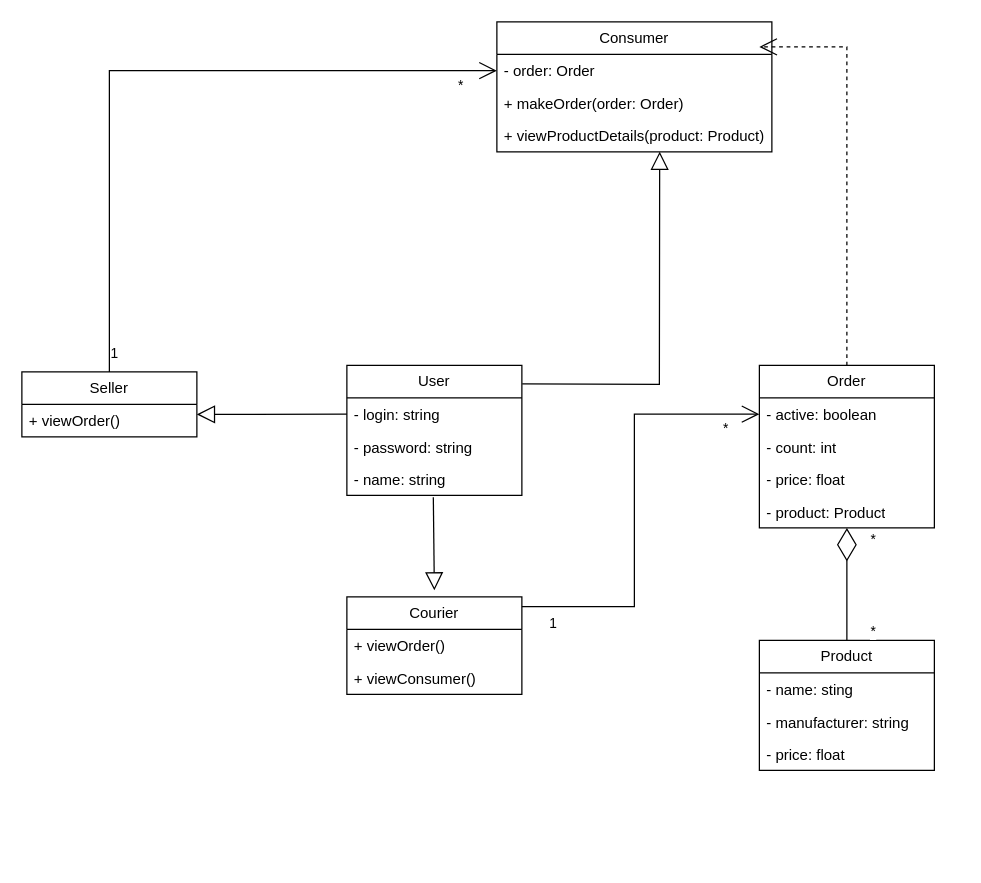
oleksandrblazhko/ai-211-yushenko keeps this draw.io diagram as 2-SoftwareDesign/2.5-UMLProgramClasses/UMLProgramClasses.drawio. Above is the earlier version. Source tidied: cells renumbered, new cells numbered last; positions are measured from the earlier drawing's top-left corner, leaving out a move shared by most shapes. Both pictures are drawn from the tidied source at 125%, with x=0, y=0 at pixel (21, 21).
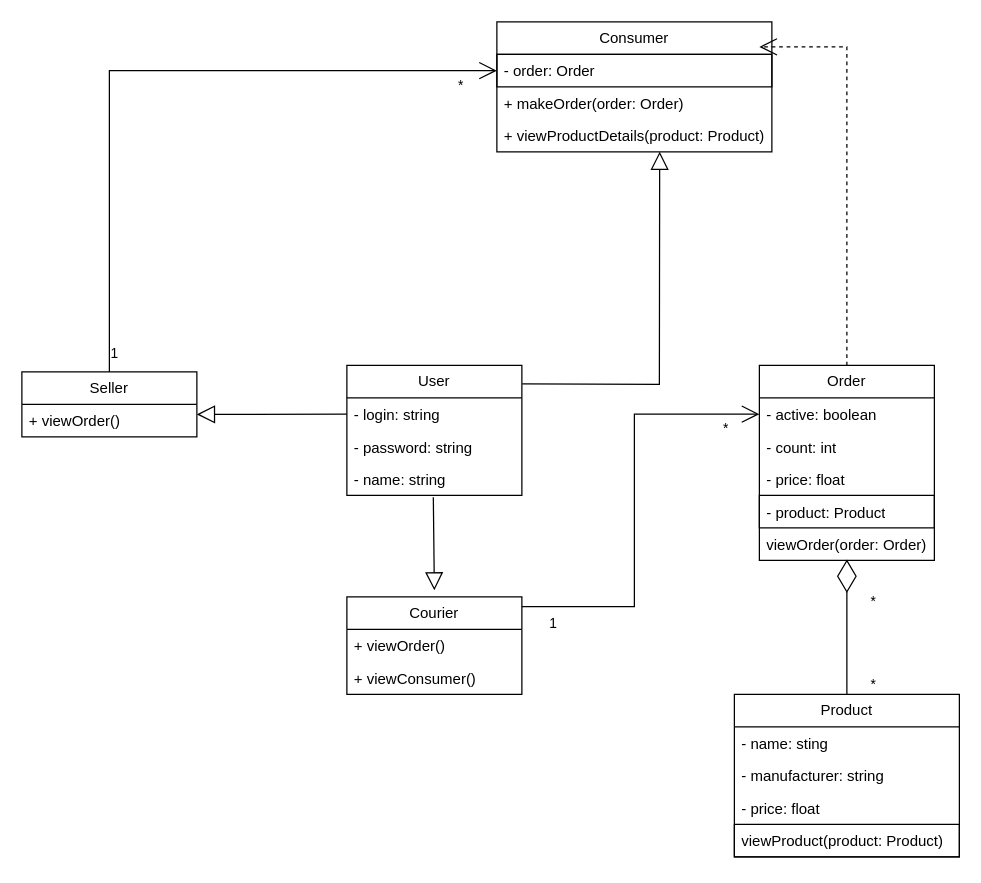
After the change.

The change refers to these unchanged cells:
```xml
<mxCell id="6" value="Consumer" style="swimlane;fontStyle=0;horizontal=1;startSize=26;fillColor=none;whiteSpace=wrap;html=1;" parent="1" vertex="1">
  <mxGeometry x="380" width="220" height="104" as="geometry" />
</mxCell>
```

What changed in the source:
```diff
@@
-    <mxCell id="7" value="- order: Order" style="text;strokeColor=none;fillColor=none;align=left;verticalAlign=top;spacingLeft=4;spacingRight=4;overflow=hidden;points=[[0,0.5],[1,0.5]];portConstraint=eastwest;whiteSpace=wrap;html=1;" parent="6" vertex="1">
+    <mxCell id="7" value="- order: Order" style="text;strokeColor=default;fillColor=none;align=left;verticalAlign=top;spacingLeft=4;spacingRight=4;overflow=hidden;points=[[0,0.5],[1,0.5]];portConstraint=eastwest;whiteSpace=wrap;html=1;" parent="6" vertex="1">
       <mxGeometry y="26" width="220" height="26" as="geometry" />
     </mxCell>
@@
     <mxCell id="10" value="Order" style="swimlane;fontStyle=0;horizontal=1;startSize=26;fillColor=none;whiteSpace=wrap;html=1;" parent="1" vertex="1">
-      <mxGeometry x="590" y="274.8" width="140" height="130" as="geometry" />
+      <mxGeometry x="590" y="274.8" width="140" height="156" as="geometry" />
     </mxCell>
@@
-    <mxCell id="14" value="- product: Product" style="text;strokeColor=none;fillColor=none;align=left;verticalAlign=top;spacingLeft=4;spacingRight=4;overflow=hidden;points=[[0,0.5],[1,0.5]];portConstraint=eastwest;whiteSpace=wrap;html=1;" parent="10" vertex="1">
+    <mxCell id="14" value="- product: Product" style="text;strokeColor=default;fillColor=none;align=left;verticalAlign=top;spacingLeft=4;spacingRight=4;overflow=hidden;points=[[0,0.5],[1,0.5]];portConstraint=eastwest;whiteSpace=wrap;html=1;" parent="10" vertex="1">
       <mxGeometry y="104" width="140" height="26" as="geometry" />
     </mxCell>
+    <mxCell id="37" value="viewOrder(order: Order)" style="text;strokeColor=none;fillColor=none;align=left;verticalAlign=top;spacingLeft=4;spacingRight=4;overflow=hidden;whiteSpace=wrap;html=1;" parent="10" vertex="1">
+      <mxGeometry y="130" width="140" height="26" as="geometry" />
+    </mxCell>
@@
     <mxCell id="16" value="Product" style="swimlane;fontStyle=0;horizontal=1;startSize=26;fillColor=none;whiteSpace=wrap;html=1;" parent="1" vertex="1">
-      <mxGeometry x="590" y="494.8" width="140" height="104" as="geometry" />
+      <mxGeometry x="570" y="538" width="180" height="130" as="geometry" />
     </mxCell>
     <mxCell id="17" value="- name: sting" style="text;strokeColor=none;fillColor=none;align=left;verticalAlign=top;spacingLeft=4;spacingRight=4;overflow=hidden;whiteSpace=wrap;html=1;" parent="16" vertex="1">
-      <mxGeometry y="26" width="140" height="26" as="geometry" />
+      <mxGeometry y="26" width="180" height="26" as="geometry" />
     </mxCell>
     <mxCell id="18" value="- manufacturer: string" style="text;strokeColor=none;fillColor=none;align=left;verticalAlign=top;spacingLeft=4;spacingRight=4;overflow=hidden;whiteSpace=wrap;html=1;" parent="16" vertex="1">
-      <mxGeometry y="52" width="140" height="26" as="geometry" />
+      <mxGeometry y="52" width="180" height="26" as="geometry" />
     </mxCell>
     <mxCell id="19" value="- price: float" style="text;strokeColor=none;fillColor=none;align=left;verticalAlign=top;spacingLeft=4;spacingRight=4;overflow=hidden;whiteSpace=wrap;html=1;" parent="16" vertex="1">
-      <mxGeometry y="78" width="140" height="26" as="geometry" />
+      <mxGeometry y="78" width="180" height="26" as="geometry" />
     </mxCell>
+    <mxCell id="38" value="viewProduct(product: Product)" style="text;strokeColor=default;fillColor=none;align=left;verticalAlign=top;spacingLeft=4;spacingRight=4;overflow=hidden;whiteSpace=wrap;html=1;" parent="16" vertex="1">
+      <mxGeometry y="104" width="180" height="26" as="geometry" />
+    </mxCell>
-    <mxCell id="20" style="endArrow=diamondThin;endFill=0;endSize=24;html=1;rounded=0;exitX=0.5;exitY=0;exitDx=0;exitDy=0;" parent="1" edge="1" source="16" target="14">
-      <mxGeometry relative="1" as="geometry" />
+    <mxCell id="20" style="endArrow=diamondThin;endFill=0;endSize=24;html=1;rounded=0;exitX=0.5;exitY=0;exitDx=0;exitDy=0;" parent="1" edge="1" source="16">
+      <mxGeometry relative="1" as="geometry">
+        <mxPoint x="660" y="430" as="targetPoint" />
+      </mxGeometry>
     </mxCell>
@@
     <mxCell id="22" value="*" style="edgeLabel;html=1;align=center;verticalAlign=middle;" parent="20" vertex="1">
       <mxGeometry x="0.41" relative="1" as="geometry">
-        <mxPoint x="20" y="-18" as="offset" />
+        <mxPoint x="20" y="1" as="offset" />
       </mxGeometry>
     </mxCell>
```
